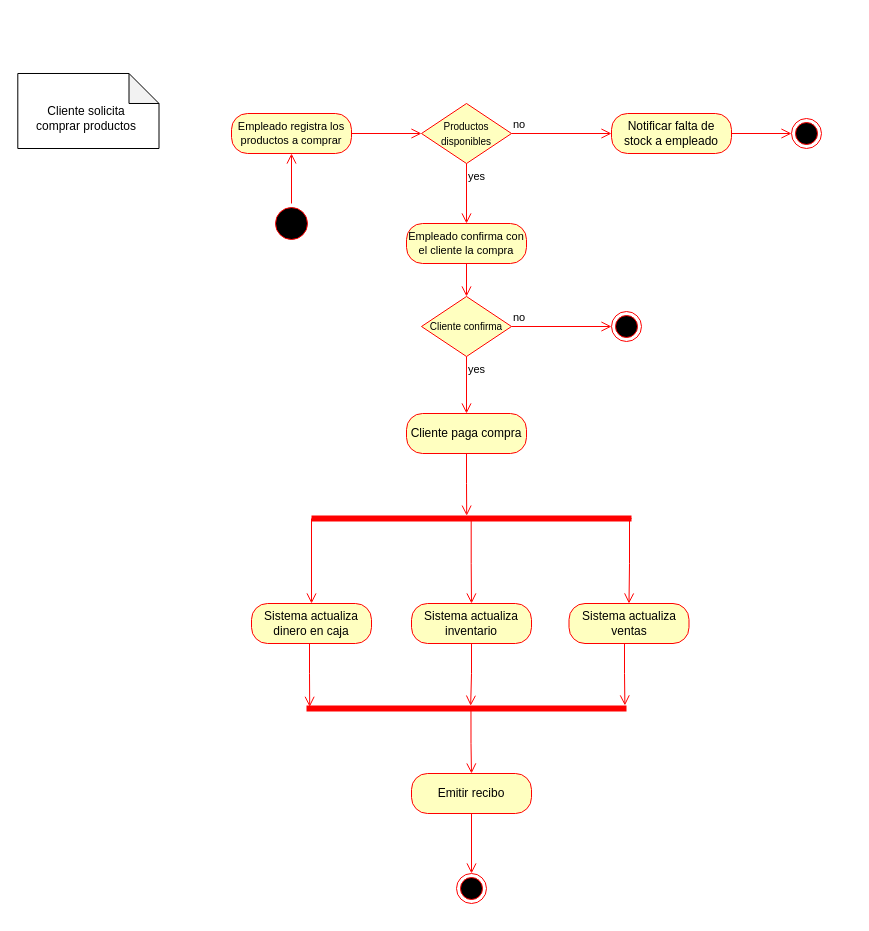
This is Diagrama actividad Ing. Software.drawio from misiomishi/itcj, a draw.io file, before an edit. Source tidied: cells renumbered, new cells numbered last; positions are measured from the earlier drawing's top-left corner, leaving out a move shared by most shapes. Both pictures are drawn from the tidied source at 100%, with x=0, y=0 at pixel (31, 40).
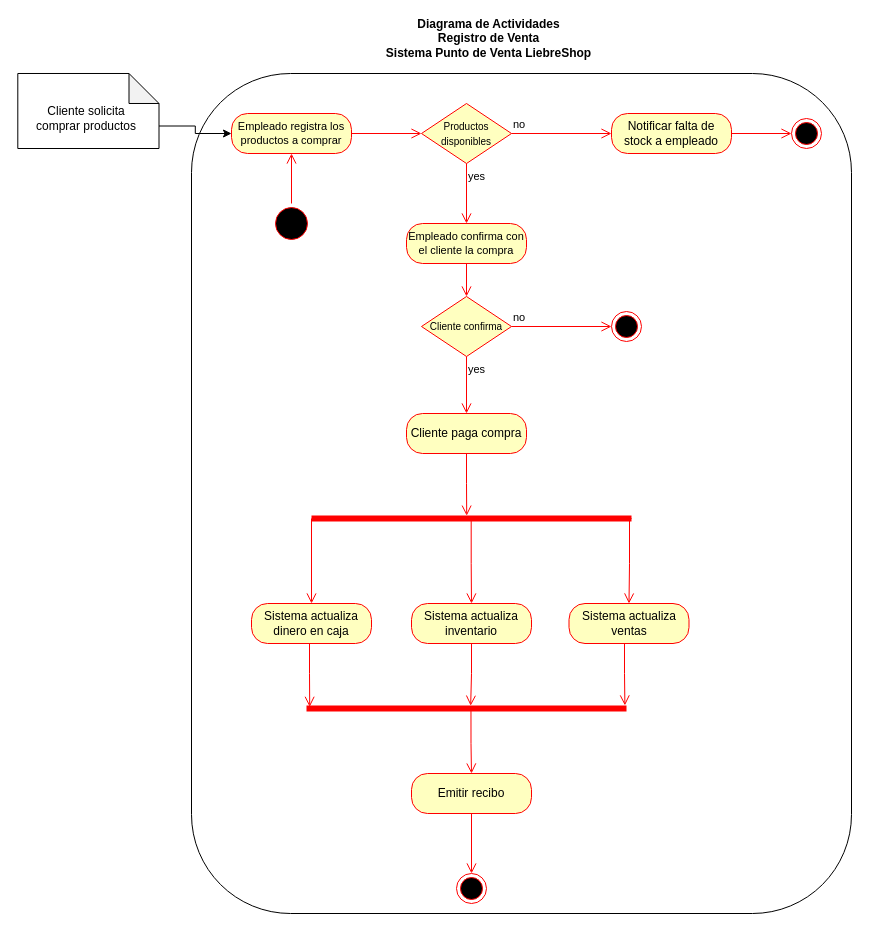
After the change.

Unchanged cells that the change refers to:
```xml
<mxCell id="2" value="&lt;div style=&quot;&quot;&gt;&lt;br&gt;&lt;/div&gt;" style="shape=note;whiteSpace=wrap;html=1;backgroundOutline=1;darkOpacity=0.05;rotation=-90;flipH=0;flipV=1;textDirection=vertical-rl;align=center;" parent="1" vertex="1">
  <mxGeometry x="19.4" y="-0.1" width="75" height="141.2" as="geometry" />
</mxCell>
<mxCell id="7" value="Empleado registra los productos a comprar" style="rounded=1;whiteSpace=wrap;html=1;arcSize=40;fontColor=#000000;fillColor=#ffffc0;strokeColor=#ff0000;fontSize=11;" parent="1" vertex="1">
  <mxGeometry x="200" y="73" width="120" height="40" as="geometry" />
</mxCell>
```

What changed in the source:
```diff
@@
+    <mxCell id="37" style="rounded=1;whiteSpace=wrap;html=1;fillColor=none;" parent="1" vertex="1">
+      <mxGeometry x="160" y="33" width="660" height="840" as="geometry" />
+    </mxCell>
@@
+    <mxCell id="38" style="edgeStyle=orthogonalEdgeStyle;rounded=0;jettySize=auto;html=1;entryX=0;entryY=0.5;entryDx=0;entryDy=0;exitX=0;exitY=0;exitDx=22.5;exitDy=0;exitPerimeter=0;" parent="1" edge="1" source="2" target="7">
+      <mxGeometry relative="1" as="geometry" />
+    </mxCell>
@@
+    <mxCell id="39" value="Diagrama de Actividades&lt;div&gt;Registro de Venta&lt;/div&gt;&lt;div&gt;Sistema Punto de Venta LiebreShop&lt;/div&gt;" style="text;html=1;align=center;verticalAlign=middle;whiteSpace=wrap;rounded=0;fontStyle=1;" parent="1" vertex="1">
+      <mxGeometry x="350" y="-17" width="215" height="30" as="geometry" />
+    </mxCell>
```
